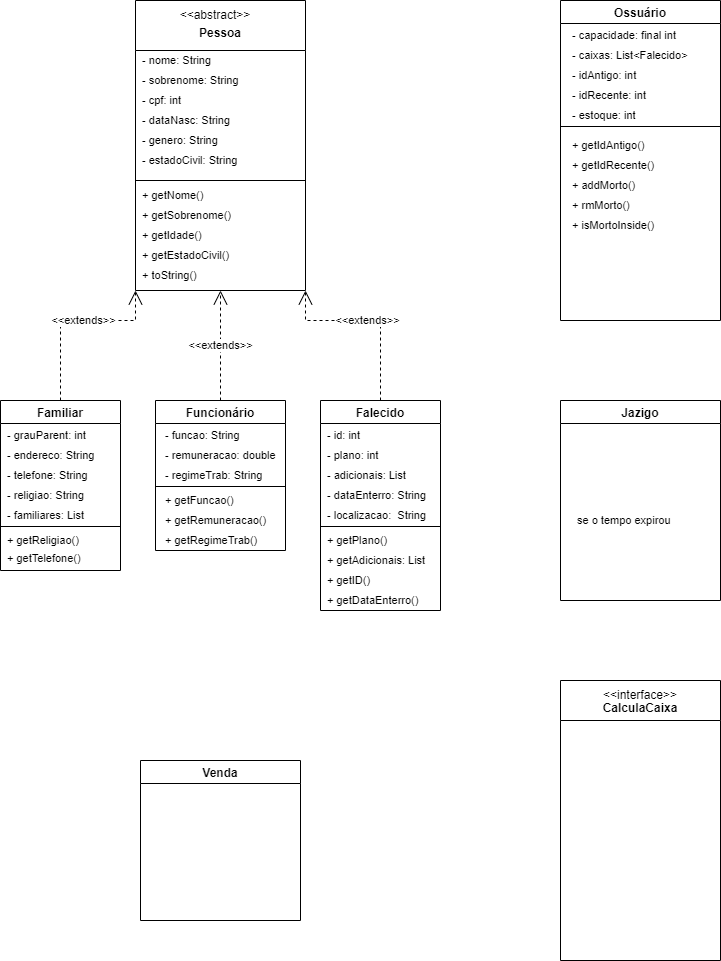
Earlier version of the draw.io export Diagrama_cemiterio.png (cemiterioPOO/Cemiterio). Source tidied: cells renumbered, new cells last; positions are measured from the earlier drawing's top-left corner, leaving out a move shared by most shapes.
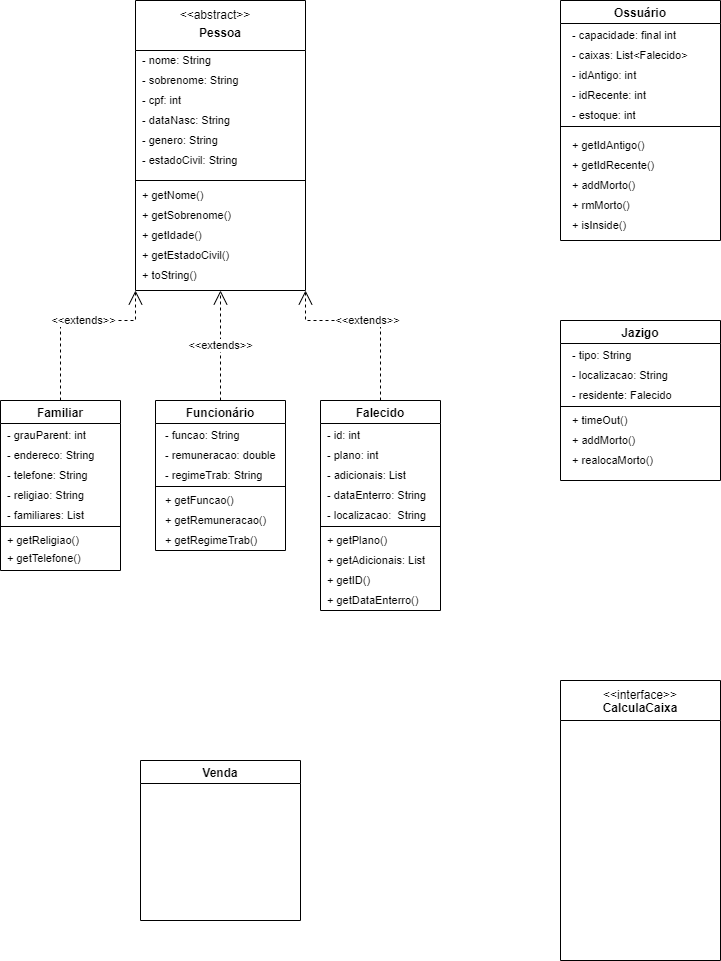
After the commit.

The edit, as a diff of the source:
```diff
@@ -48,11 +48,29 @@
       <mxGeometry x="5" y="260" width="110" height="30" as="geometry" />
     </mxCell>
     <mxCell id="16" value="Jazigo" style="swimlane;" parent="1" vertex="1">
-      <mxGeometry x="560" y="400" width="160" height="200" as="geometry" />
+      <mxGeometry x="560" y="320" width="160" height="160" as="geometry" />
     </mxCell>
-    <mxCell id="17" value="se o tempo expirou" style="text;html=1;strokeColor=none;fillColor=none;align=left;verticalAlign=middle;whiteSpace=wrap;rounded=0;fontSize=11;" parent="16" vertex="1">
-      <mxGeometry x="15" y="105" width="110" height="30" as="geometry" />
-    </mxCell>
+    <mxCell id="64" value="- tipo: String" style="text;html=1;strokeColor=none;fillColor=none;align=left;verticalAlign=middle;whiteSpace=wrap;rounded=0;fontSize=11;" parent="16" vertex="1">
+      <mxGeometry x="10" y="20" width="80" height="30" as="geometry" />
+    </mxCell>
+    <mxCell id="65" value="- localizacao: String" style="text;html=1;strokeColor=none;fillColor=none;align=left;verticalAlign=middle;whiteSpace=wrap;rounded=0;fontSize=11;" parent="16" vertex="1">
+      <mxGeometry x="10" y="40" width="110" height="30" as="geometry" />
+    </mxCell>
+    <mxCell id="66" value="- residente: Falecido" style="text;html=1;strokeColor=none;fillColor=none;align=left;verticalAlign=middle;whiteSpace=wrap;rounded=0;fontSize=11;" parent="16" vertex="1">
+      <mxGeometry x="10" y="60" width="110" height="30" as="geometry" />
+    </mxCell>
+    <mxCell id="67" style="line;strokeWidth=1;fillColor=none;align=left;verticalAlign=middle;spacingTop=-1;spacingLeft=3;spacingRight=3;labelPosition=right;fontSize=11;" parent="16" vertex="1">
+      <mxGeometry y="82" width="160" height="8" as="geometry" />
+    </mxCell>
+    <mxCell id="68" value="+ timeOut()" style="text;html=1;strokeColor=none;fillColor=none;align=left;verticalAlign=middle;whiteSpace=wrap;rounded=0;fontSize=11;" parent="16" vertex="1">
+      <mxGeometry x="10" y="85" width="80" height="30" as="geometry" />
+    </mxCell>
+    <mxCell id="69" value="+ addMorto()" style="text;html=1;strokeColor=none;fillColor=none;align=left;verticalAlign=middle;whiteSpace=wrap;rounded=0;fontSize=11;" parent="16" vertex="1">
+      <mxGeometry x="10" y="100" width="80" height="40" as="geometry" />
+    </mxCell>
+    <mxCell id="70" value="+ realocaMorto()" style="text;html=1;strokeColor=none;fillColor=none;align=left;verticalAlign=middle;whiteSpace=wrap;rounded=0;fontSize=11;" parent="16" vertex="1">
+      <mxGeometry x="10" y="120" width="90" height="40" as="geometry" />
+    </mxCell>
     <mxCell id="18" value="Familiar" style="swimlane;" parent="1" vertex="1">
       <mxGeometry y="400" width="120" height="170" as="geometry" />
     </mxCell>
@@ -87,7 +105,7 @@
       <mxGeometry x="7.5" y="20" width="95" height="30" as="geometry" />
     </mxCell>
     <mxCell id="29" value="- remuneracao: double" style="text;html=1;strokeColor=none;fillColor=none;align=left;verticalAlign=middle;whiteSpace=wrap;rounded=0;fontSize=11;" parent="27" vertex="1">
-      <mxGeometry x="7.5" y="40" width="112.5" height="30" as="geometry" />
+      <mxGeometry x="7.5" y="40" width="122.5" height="30" as="geometry" />
     </mxCell>
     <mxCell id="30" value="&lt;span style=&quot;&quot;&gt;- regimeTrab: String&lt;/span&gt;" style="text;html=1;strokeColor=none;fillColor=none;align=left;verticalAlign=middle;whiteSpace=wrap;rounded=0;fontSize=11;" parent="27" vertex="1">
       <mxGeometry x="7.5" y="60" width="120" height="30" as="geometry" />
@@ -138,7 +156,7 @@
       <mxGeometry x="5" y="180" width="105" height="40" as="geometry" />
     </mxCell>
     <mxCell id="46" value="Ossuário" style="swimlane;startSize=23;" parent="1" vertex="1">
-      <mxGeometry x="560" width="160" height="320" as="geometry" />
+      <mxGeometry x="560" width="160" height="240" as="geometry" />
     </mxCell>
     <mxCell id="47" value="- capacidade: final int" style="text;html=1;strokeColor=none;fillColor=none;align=left;verticalAlign=middle;whiteSpace=wrap;rounded=0;fontSize=11;" parent="46" vertex="1">
       <mxGeometry x="10" y="20" width="120" height="30" as="geometry" />
@@ -170,7 +188,7 @@
     <mxCell id="56" value="+ rmMorto()" style="text;html=1;strokeColor=none;fillColor=none;align=left;verticalAlign=middle;whiteSpace=wrap;rounded=0;fontSize=11;" parent="46" vertex="1">
       <mxGeometry x="10" y="190" width="110" height="30" as="geometry" />
     </mxCell>
-    <mxCell id="57" value="+ isMortoInside()" style="text;html=1;strokeColor=none;fillColor=none;align=left;verticalAlign=middle;whiteSpace=wrap;rounded=0;fontSize=11;" parent="46" vertex="1">
+    <mxCell id="57" value="+ isInside()" style="text;html=1;strokeColor=none;fillColor=none;align=left;verticalAlign=middle;whiteSpace=wrap;rounded=0;fontSize=11;" parent="46" vertex="1">
       <mxGeometry x="10" y="210" width="110" height="30" as="geometry" />
     </mxCell>
     <mxCell id="58" value="Venda" style="swimlane;" parent="1" vertex="1">
```
